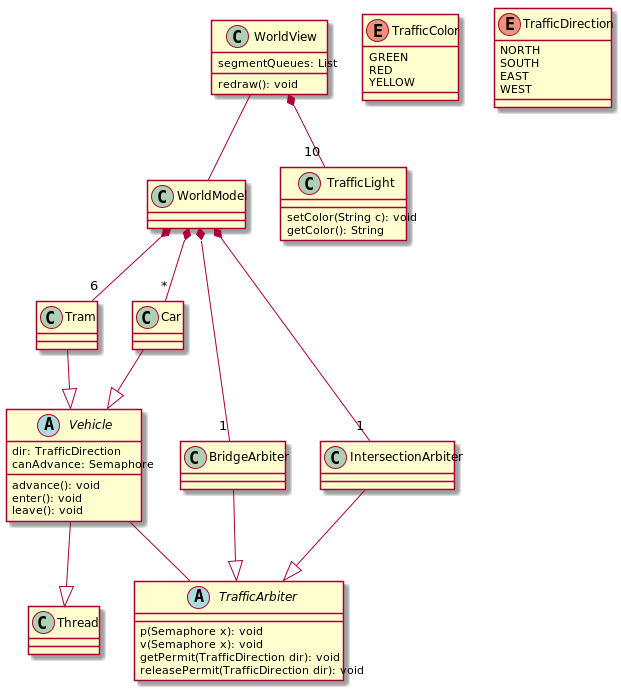
This is tramway-uml.png from wanisramdani/tramway, a PlantUML export, as it was before one commit.
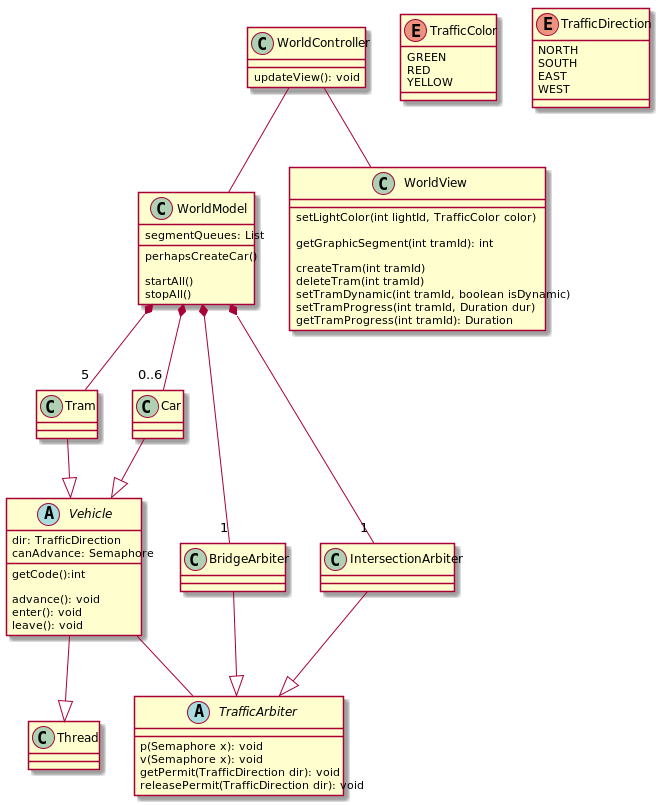
The same diagram one commit later.

Commit message:
Update README and UML class diagrams

Diff of the diagram source:
```diff
@@ -1,17 +1,33 @@
 @startuml tramway
 
+class WorldController {
+  updateView(): void
+}
+WorldController -- WorldModel
+WorldController -- WorldView
+
 class WorldView {
+  setLightColor(int lightId, TrafficColor color)
+
+  getGraphicSegment(int tramId): int
+
+  createTram(int tramId)
+  deleteTram(int tramId)
+  setTramDynamic(int tramId, boolean isDynamic)
+  setTramProgress(int tramId, Duration dur)
+  getTramProgress(int tramId): Duration
+}
+
+class WorldModel {
   segmentQueues: List
 
-  redraw(): void
+  perhapsCreateCar()
+
+  startAll()
+  stopAll()
 }
-WorldView -- WorldModel
-WorldView *-- "10" TrafficLight
-
-class WorldModel {
-}
-WorldModel *-- "6" Tram
-WorldModel *-- "*" Car
+WorldModel *-- "5" Tram
+WorldModel *-- "0..6" Car
 WorldModel *-- "1" BridgeArbiter
 WorldModel *-- "1" IntersectionArbiter
 
@@ -34,6 +50,8 @@
   dir: TrafficDirection
   canAdvance: Semaphore
 
+  getCode():int
+
   advance(): void
   enter(): void
   leave(): void
@@ -47,11 +65,6 @@
 Vehicle -- TrafficArbiter
 
 Vehicle --|> Thread
-
-class TrafficLight {
-  setColor(String c): void
-  getColor(): String
-}
 
 enum TrafficColor {
   GREEN
```
